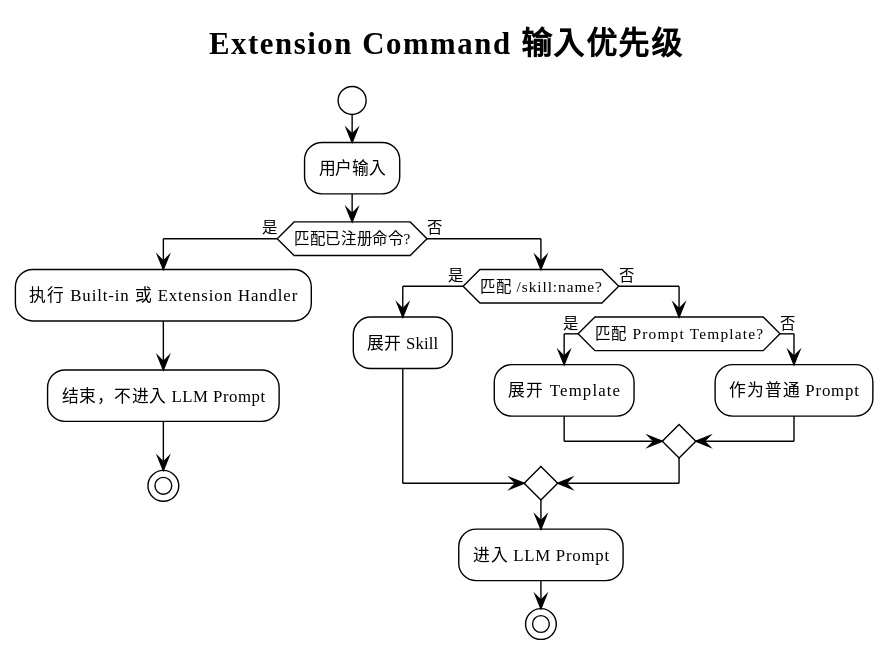
This is diagrams/extension-command/10-input-priority.svg from superheromeZzh/pi-mono-java-design, a PlantUML export, as it was before one commit. Its diagram source:
```plantuml
@startuml
!theme plain
!pragma layout smetana
skinparam defaultFontName "PingFang SC"
skinparam shadowing false
skinparam backgroundColor transparent
title Extension Command 输入优先级

start
:用户输入;
if (匹配已注册命令?) then (是)
  :执行 Built-in 或 Extension Handler;
  :结束，不进入 LLM Prompt;
  stop
else (否)
  if (匹配 /skill:name?) then (是)
    :展开 Skill;
  else (否)
    if (匹配 Prompt Template?) then (是)
      :展开 Template;
    else (否)
      :作为普通 Prompt;
    endif
  endif
  :进入 LLM Prompt;
  stop
endif
@enduml
```
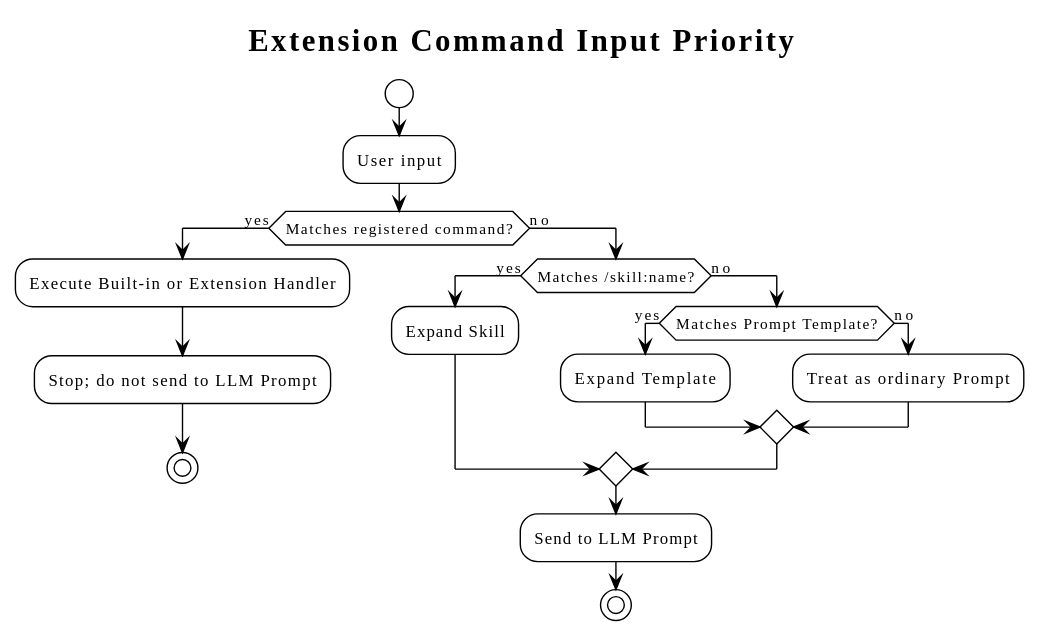
The same diagram one commit later.

The edit, as a diff of the source:
```diff
@@ -1,28 +1,28 @@
 @startuml
 !theme plain
 !pragma layout smetana
-skinparam defaultFontName "PingFang SC"
+skinparam defaultFontName "SansSerif"
 skinparam shadowing false
 skinparam backgroundColor transparent
-title Extension Command 输入优先级
+title Extension Command Input Priority
 
 start
-:用户输入;
-if (匹配已注册命令?) then (是)
-  :执行 Built-in 或 Extension Handler;
-  :结束，不进入 LLM Prompt;
+:User input;
+if (Matches registered command?) then (yes)
+  :Execute Built-in or Extension Handler;
+  :Stop; do not send to LLM Prompt;
   stop
-else (否)
-  if (匹配 /skill:name?) then (是)
-    :展开 Skill;
-  else (否)
-    if (匹配 Prompt Template?) then (是)
-      :展开 Template;
-    else (否)
-      :作为普通 Prompt;
+else (no)
+  if (Matches /skill:name?) then (yes)
+    :Expand Skill;
+  else (no)
+    if (Matches Prompt Template?) then (yes)
+      :Expand Template;
+    else (no)
+      :Treat as ordinary Prompt;
     endif
   endif
-  :进入 LLM Prompt;
+  :Send to LLM Prompt;
   stop
 endif
 @enduml
```
